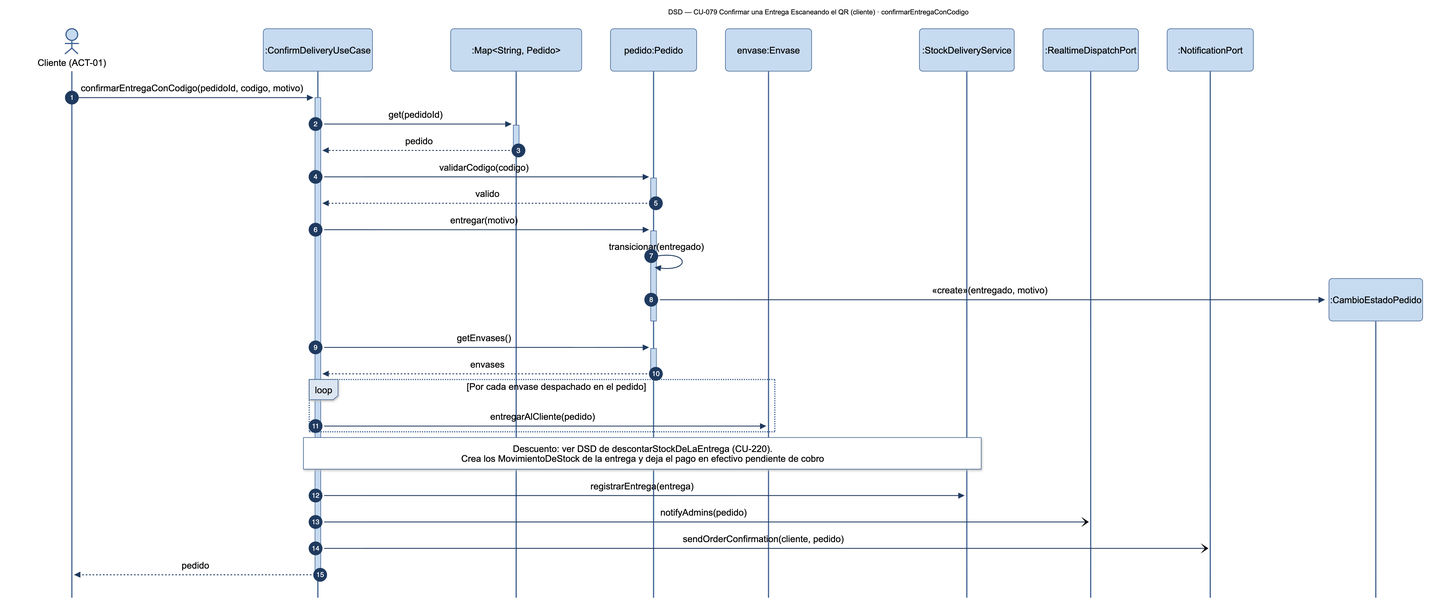
Nahuelito-Dev/splg-docs keeps this Mermaid diagram as diagramas/png/DSD_CU-079_confirmarEntregaConCodigo.png. Above is the earlier version. Its source is kept beside it as diagramas/DSD_CU-079_confirmarEntregaConCodigo.mmd.
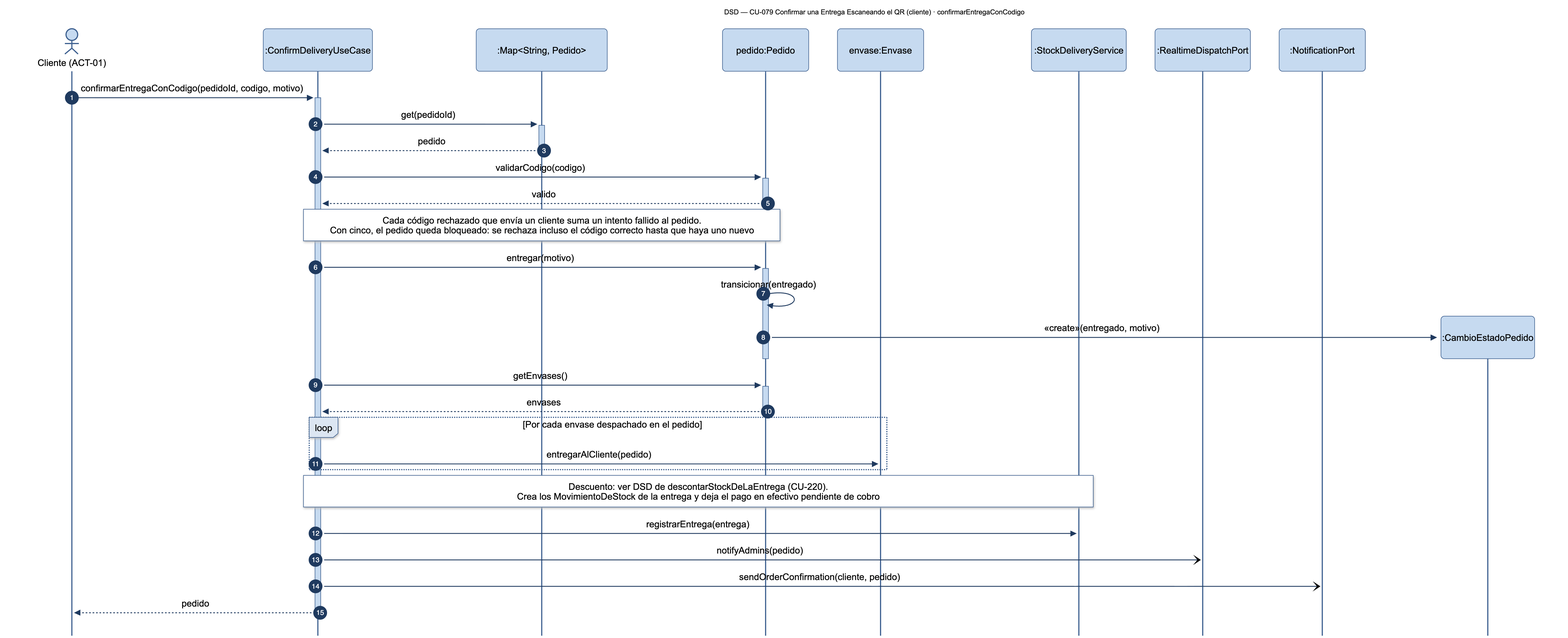
Above is the later version.

What changed in the source:
```diff
@@ -15,6 +15,7 @@
     PEDS-->>-CDU: pedido
     CDU->>+PED: validarCodigo(codigo)
     PED-->>-CDU: valido
+    Note over CDU,PED: Cada código rechazado que envía un cliente suma un intento fallido al pedido.<br/>Con cinco, el pedido queda bloqueado: se rechaza incluso el código correcto hasta que haya uno nuevo
     CDU->>+PED: entregar(motivo)
     PED->>PED: transicionar(entregado)
     create participant CAM as :CambioEstadoPedido
```
